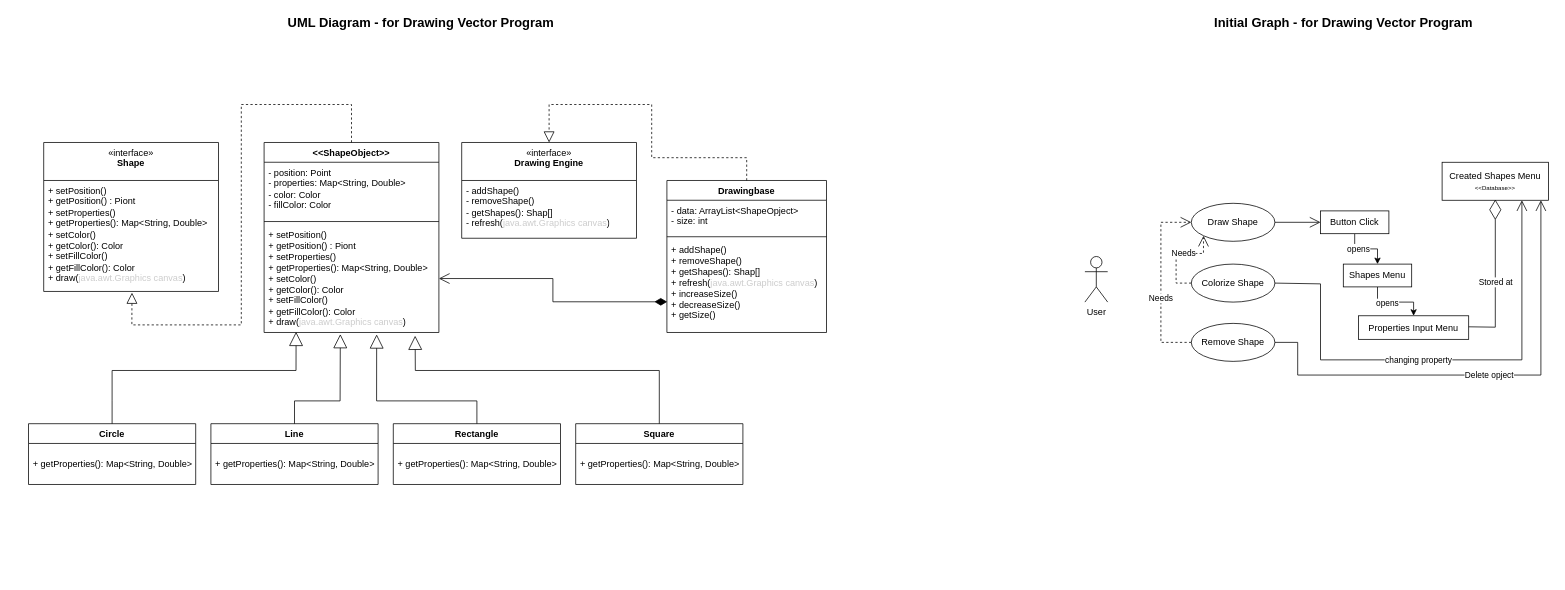
Before: UML and Flow Diagrames/Mini Painter Tool.drawio in 0maroushdy/CCE_T5_Assign_Lab6, a draw.io diagram. Source tidied: cells renumbered, new cells numbered last; positions are measured from the earlier drawing's top-left corner, leaving out a move shared by most shapes. Both pictures are drawn from the tidied source at 76%, with x=0, y=0 at pixel (28, 13).
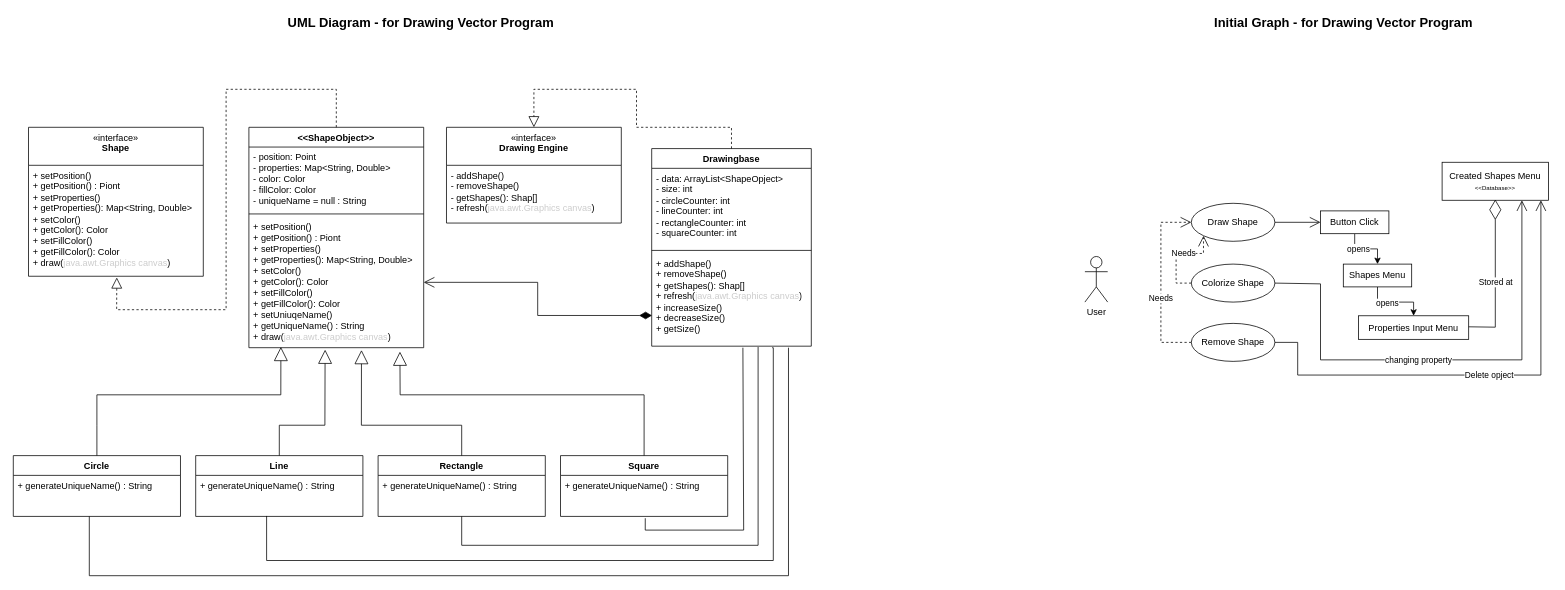
After the change.

The change refers to these unchanged cells:
```xml
<mxCell id="24" value="+ setPosition()&lt;div&gt;+ getPosition() : Piont&lt;/div&gt;&lt;div&gt;+ setProperties()&lt;/div&gt;&lt;div&gt;+ getProperties(): Map&amp;lt;String, Double&amp;gt;&lt;/div&gt;&lt;div&gt;+ setColor()&lt;/div&gt;&lt;div&gt;+ getColor(): Color&lt;/div&gt;&lt;div&gt;+ setFillColor()&lt;/div&gt;&lt;div&gt;+ getFillColor(): Color&lt;br&gt;&lt;/div&gt;&lt;div&gt;+ draw(&lt;font color=&quot;#cccccc&quot;&gt;java.awt.Graphics canvas&lt;/font&gt;)&lt;/div&gt;" style="text;strokeColor=none;fillColor=none;align=left;verticalAlign=top;spacingLeft=4;spacingRight=4;overflow=hidden;points=[[0,0.5],[1,0.5]];portConstraint=eastwest;whiteSpace=wrap;html=1;" parent="23" vertex="1">
  <mxGeometry y="50" width="230" height="146" as="geometry" />
</mxCell>
```

The edit, as a diff of the source:
```diff
@@
     <mxCell id="23" value="&lt;div&gt;&lt;span style=&quot;font-weight: 400;&quot;&gt;«interface»&lt;/span&gt;&lt;/div&gt;&lt;div&gt;Shape&lt;/div&gt;" style="swimlane;fontStyle=1;align=center;verticalAlign=top;horizontal=1;startSize=50;whiteSpace=wrap;html=1;" parent="1" vertex="1">
-      <mxGeometry x="20" y="170" width="230" height="196" as="geometry" />
+      <mxGeometry y="150" width="230" height="196" as="geometry" />
     </mxCell>
@@
     <mxCell id="25" value="&amp;lt;&amp;lt;ShapeObject&amp;gt;&amp;gt;" style="swimlane;fontStyle=1;align=center;verticalAlign=top;horizontal=1;startSize=26;whiteSpace=wrap;html=1;" parent="1" vertex="1">
-      <mxGeometry x="310" y="170" width="230" height="250" as="geometry" />
+      <mxGeometry x="290" y="150" width="230" height="290" as="geometry" />
     </mxCell>
-    <mxCell id="26" value="&lt;div&gt;- position: Point&lt;/div&gt;-&amp;nbsp;properties:&amp;nbsp;Map&amp;lt;String, Double&amp;gt;&lt;div&gt;- color: Color&lt;/div&gt;&lt;div&gt;- fillColor:&amp;nbsp;&lt;span style=&quot;background-color: initial;&quot;&gt;Color&lt;/span&gt;&lt;/div&gt;" style="text;strokeColor=none;fillColor=none;align=left;verticalAlign=top;spacingLeft=4;spacingRight=4;overflow=hidden;whiteSpace=wrap;html=1;" parent="25" vertex="1">
-      <mxGeometry y="26" width="230" height="74" as="geometry" />
+    <mxCell id="26" value="&lt;div&gt;- position: Point&lt;/div&gt;-&amp;nbsp;properties:&amp;nbsp;Map&amp;lt;String, Double&amp;gt;&lt;div&gt;- color: Color&lt;/div&gt;&lt;div&gt;- fillColor:&amp;nbsp;&lt;span style=&quot;background-color: initial;&quot;&gt;Color&lt;/span&gt;&lt;/div&gt;&lt;div&gt;&lt;span style=&quot;background-color: initial;&quot;&gt;- uniqueName = null : String&lt;/span&gt;&lt;/div&gt;" style="text;strokeColor=none;fillColor=none;align=left;verticalAlign=top;spacingLeft=4;spacingRight=4;overflow=hidden;whiteSpace=wrap;html=1;" parent="25" vertex="1">
+      <mxGeometry y="26" width="230" height="84" as="geometry" />
     </mxCell>
     <mxCell id="27" style="line;strokeWidth=1;fillColor=none;align=left;verticalAlign=middle;spacingTop=-1;spacingLeft=3;spacingRight=3;labelPosition=right;strokeColor=inherit;" parent="25" vertex="1">
-      <mxGeometry y="100" width="230" height="8" as="geometry" />
+      <mxGeometry y="110" width="230" height="8" as="geometry" />
     </mxCell>
-    <mxCell id="28" value="+ setPosition()&lt;div&gt;+ getPosition() : Piont&lt;/div&gt;&lt;div&gt;+ setProperties()&lt;/div&gt;&lt;div&gt;+ getProperties(): Map&amp;lt;String, Double&amp;gt;&lt;/div&gt;&lt;div&gt;+ setColor()&lt;/div&gt;&lt;div&gt;+ getColor(): Color&lt;/div&gt;&lt;div&gt;+ setFillColor()&lt;/div&gt;&lt;div&gt;+ getFillColor(): Color&lt;br&gt;&lt;/div&gt;&lt;div&gt;+ draw(&lt;font color=&quot;#cccccc&quot;&gt;java.awt.Graphics canvas&lt;/font&gt;)&lt;/div&gt;" style="text;strokeColor=none;fillColor=none;align=left;verticalAlign=top;spacingLeft=4;spacingRight=4;overflow=hidden;points=[[0,0.5],[1,0.5]];portConstraint=eastwest;whiteSpace=wrap;html=1;" parent="25" vertex="1">
-      <mxGeometry y="108" width="230" height="142" as="geometry" />
+    <mxCell id="28" value="+ setPosition()&lt;div&gt;+ getPosition() : Piont&lt;/div&gt;&lt;div&gt;+ setProperties()&lt;/div&gt;&lt;div&gt;+ getProperties(): Map&amp;lt;String, Double&amp;gt;&lt;/div&gt;&lt;div&gt;+ setColor()&lt;/div&gt;&lt;div&gt;+ getColor(): Color&lt;/div&gt;&lt;div&gt;+ setFillColor()&lt;/div&gt;&lt;div&gt;&lt;span style=&quot;background-color: initial;&quot;&gt;+ getFillColor(): Color&lt;/span&gt;&lt;br&gt;&lt;/div&gt;&lt;div&gt;+ setUniuqeName()&lt;/div&gt;&lt;div&gt;+ getUniqueName() :&amp;nbsp;&lt;span style=&quot;background-color: initial;&quot;&gt;String&lt;/span&gt;&lt;/div&gt;&lt;div&gt;+ draw(&lt;font color=&quot;#cccccc&quot;&gt;java.awt.Graphics canvas&lt;/font&gt;)&lt;/div&gt;" style="text;strokeColor=none;fillColor=none;align=left;verticalAlign=top;spacingLeft=4;spacingRight=4;overflow=hidden;points=[[0,0.5],[1,0.5]];portConstraint=eastwest;whiteSpace=wrap;html=1;" parent="25" vertex="1">
+      <mxGeometry y="118" width="230" height="172" as="geometry" />
     </mxCell>
     <mxCell id="29" style="endArrow=block;dashed=1;endFill=0;endSize=12;html=1;rounded=0;exitX=0.5;exitY=0;exitDx=0;exitDy=0;entryX=0.505;entryY=1.011;entryDx=0;entryDy=0;entryPerimeter=0;" parent="1" edge="1" source="25" target="24">
       <mxGeometry relative="1" as="geometry">
         <Array as="points">
-          <mxPoint x="425" y="120" />
-          <mxPoint x="280" y="120" />
-          <mxPoint x="280" y="410" />
-          <mxPoint x="136" y="410" />
+          <mxPoint x="405" y="100" />
+          <mxPoint x="260" y="100" />
+          <mxPoint x="260" y="390" />
+          <mxPoint x="116" y="390" />
         </Array>
       </mxGeometry>
     </mxCell>
     <mxCell id="30" value="Line" style="swimlane;fontStyle=1;align=center;verticalAlign=top;horizontal=1;startSize=26;whiteSpace=wrap;html=1;" parent="1" vertex="1">
-      <mxGeometry x="240" y="540" width="220" height="80" as="geometry" />
+      <mxGeometry x="220" y="582" width="220" height="80" as="geometry" />
     </mxCell>
-    <mxCell id="31" value="&lt;div&gt;&lt;br&gt;&lt;/div&gt;+ getProperties(): Map&amp;lt;String, Double&amp;gt;" style="text;strokeColor=none;fillColor=none;align=left;verticalAlign=top;spacingLeft=4;spacingRight=4;overflow=hidden;whiteSpace=wrap;html=1;" parent="30" vertex="1">
+    <mxCell id="31" value="+ generateUniqueName() : String" style="text;strokeColor=none;fillColor=none;align=left;verticalAlign=top;spacingLeft=4;spacingRight=4;overflow=hidden;whiteSpace=wrap;html=1;" parent="30" vertex="1">
       <mxGeometry y="26" width="220" height="54" as="geometry" />
     </mxCell>
     <mxCell id="32" value="&lt;span style=&quot;font-weight: 400;&quot;&gt;«interface»&lt;/span&gt;&lt;br style=&quot;font-weight: 400;&quot;&gt;&lt;b&gt;Drawing Engine&lt;/b&gt;" style="swimlane;fontStyle=1;align=center;verticalAlign=top;horizontal=1;startSize=50;whiteSpace=wrap;html=1;" parent="1" vertex="1">
-      <mxGeometry x="570" y="170" width="230" height="126" as="geometry" />
+      <mxGeometry x="550" y="150" width="230" height="126" as="geometry" />
     </mxCell>
@@
     <mxCell id="34" value="Drawingbase" style="swimlane;fontStyle=1;align=center;verticalAlign=top;horizontal=1;startSize=26;whiteSpace=wrap;html=1;" parent="1" vertex="1">
-      <mxGeometry x="840" y="220" width="210" height="200" as="geometry" />
+      <mxGeometry x="820" y="178" width="210" height="260" as="geometry" />
     </mxCell>
-    <mxCell id="35" value="- data: ArrayList&amp;lt;ShapeOpject&amp;gt;&lt;div&gt;- size: int&lt;/div&gt;" style="text;strokeColor=none;fillColor=none;align=left;verticalAlign=top;spacingLeft=4;spacingRight=4;overflow=hidden;whiteSpace=wrap;html=1;" parent="34" vertex="1">
-      <mxGeometry y="26" width="210" height="44" as="geometry" />
+    <mxCell id="35" value="- data: ArrayList&amp;lt;ShapeOpject&amp;gt;&lt;div&gt;- size: int&lt;/div&gt;&lt;div&gt;- circleCounter: int&lt;/div&gt;&lt;div&gt;- lineCounter: int&lt;br&gt;&lt;/div&gt;&lt;div&gt;- rectangleCounter: int&lt;br&gt;&lt;/div&gt;&lt;div&gt;- squareCounter: int&lt;/div&gt;" style="text;strokeColor=none;fillColor=none;align=left;verticalAlign=top;spacingLeft=4;spacingRight=4;overflow=hidden;whiteSpace=wrap;html=1;" parent="34" vertex="1">
+      <mxGeometry y="26" width="210" height="104" as="geometry" />
     </mxCell>
     <mxCell id="36" style="line;strokeWidth=1;fillColor=none;align=left;verticalAlign=middle;spacingTop=-1;spacingLeft=3;spacingRight=3;labelPosition=right;strokeColor=inherit;" parent="34" vertex="1">
-      <mxGeometry y="70" width="210" height="8" as="geometry" />
+      <mxGeometry y="130" width="210" height="8" as="geometry" />
     </mxCell>
     <mxCell id="37" value="+ addShape()&lt;div&gt;&lt;span style=&quot;background-color: initial;&quot;&gt;+ removeShape()&lt;/span&gt;&lt;/div&gt;&lt;div&gt;&lt;span style=&quot;background-color: initial;&quot;&gt;+ getShapes(): Shap[]&lt;/span&gt;&lt;/div&gt;&lt;div&gt;+ refresh(&lt;span style=&quot;background-color: initial;&quot;&gt;&lt;font color=&quot;#cccccc&quot;&gt;java.awt.Graphics canvas&lt;/font&gt;&lt;/span&gt;&lt;span style=&quot;background-color: initial;&quot;&gt;)&lt;/span&gt;&lt;/div&gt;&lt;div&gt;&lt;span style=&quot;background-color: initial;&quot;&gt;+ increaseSize()&lt;/span&gt;&lt;/div&gt;&lt;div&gt;&lt;span style=&quot;background-color: initial;&quot;&gt;+ decreaseSize()&lt;/span&gt;&lt;/div&gt;&lt;div&gt;&lt;span style=&quot;background-color: initial;&quot;&gt;+ getSize()&lt;/span&gt;&lt;/div&gt;" style="text;strokeColor=none;fillColor=none;align=left;verticalAlign=top;spacingLeft=4;spacingRight=4;overflow=hidden;points=[[0,0.5],[1,0.5]];portConstraint=eastwest;whiteSpace=wrap;html=1;" parent="34" vertex="1">
-      <mxGeometry y="78" width="210" height="122" as="geometry" />
+      <mxGeometry y="138" width="210" height="122" as="geometry" />
     </mxCell>
     <mxCell id="38" value="Circle" style="swimlane;fontStyle=1;align=center;verticalAlign=top;horizontal=1;startSize=26;whiteSpace=wrap;html=1;" parent="1" vertex="1">
-      <mxGeometry y="540" width="220" height="80" as="geometry" />
+      <mxGeometry x="-20" y="582" width="220" height="80" as="geometry" />
     </mxCell>
-    <mxCell id="39" value="&lt;div&gt;&lt;br&gt;&lt;/div&gt;+ getProperties(): Map&amp;lt;String, Double&amp;gt;" style="text;strokeColor=none;fillColor=none;align=left;verticalAlign=top;spacingLeft=4;spacingRight=4;overflow=hidden;points=[[0,0.5],[1,0.5]];portConstraint=eastwest;whiteSpace=wrap;html=1;" parent="38" vertex="1">
+    <mxCell id="39" value="&lt;div&gt;&lt;span style=&quot;background-color: initial;&quot;&gt;+ generateUniqueName() : String&lt;/span&gt;&lt;br&gt;&lt;/div&gt;" style="text;strokeColor=none;fillColor=none;align=left;verticalAlign=top;spacingLeft=4;spacingRight=4;overflow=hidden;points=[[0,0.5],[1,0.5]];portConstraint=eastwest;whiteSpace=wrap;html=1;" parent="38" vertex="1">
       <mxGeometry y="26" width="220" height="54" as="geometry" />
     </mxCell>
     <mxCell id="40" value="Rectangle" style="swimlane;fontStyle=1;align=center;verticalAlign=top;horizontal=1;startSize=26;whiteSpace=wrap;html=1;" parent="1" vertex="1">
-      <mxGeometry x="480" y="540" width="220" height="80" as="geometry" />
+      <mxGeometry x="460" y="582" width="220" height="80" as="geometry" />
     </mxCell>
-    <mxCell id="41" value="&lt;div&gt;&lt;br&gt;&lt;/div&gt;+ getProperties(): Map&amp;lt;String, Double&amp;gt;" style="text;strokeColor=none;fillColor=none;align=left;verticalAlign=top;spacingLeft=4;spacingRight=4;overflow=hidden;whiteSpace=wrap;html=1;" parent="40" vertex="1">
+    <mxCell id="41" value="&lt;div&gt;+ generateUniqueName() : String&lt;br&gt;&lt;/div&gt;" style="text;strokeColor=none;fillColor=none;align=left;verticalAlign=top;spacingLeft=4;spacingRight=4;overflow=hidden;whiteSpace=wrap;html=1;" parent="40" vertex="1">
       <mxGeometry y="26" width="220" height="54" as="geometry" />
     </mxCell>
     <mxCell id="42" value="Square" style="swimlane;fontStyle=1;align=center;verticalAlign=top;horizontal=1;startSize=26;whiteSpace=wrap;html=1;" parent="1" vertex="1">
-      <mxGeometry x="720" y="540" width="220" height="80" as="geometry" />
+      <mxGeometry x="700" y="582" width="220" height="80" as="geometry" />
     </mxCell>
-    <mxCell id="43" value="&lt;div&gt;&lt;br&gt;&lt;/div&gt;+ getProperties(): Map&amp;lt;String, Double&amp;gt;" style="text;strokeColor=none;fillColor=none;align=left;verticalAlign=top;spacingLeft=4;spacingRight=4;overflow=hidden;points=[[0,0.5],[1,0.5]];portConstraint=eastwest;whiteSpace=wrap;html=1;" parent="42" vertex="1">
+    <mxCell id="43" value="+ generateUniqueName() : String" style="text;strokeColor=none;fillColor=none;align=left;verticalAlign=top;spacingLeft=4;spacingRight=4;overflow=hidden;points=[[0,0.5],[1,0.5]];portConstraint=eastwest;whiteSpace=wrap;html=1;" parent="42" vertex="1">
       <mxGeometry y="26" width="220" height="54" as="geometry" />
     </mxCell>
     <mxCell id="44" style="endArrow=block;endSize=16;endFill=0;html=1;rounded=0;exitX=0.5;exitY=0;exitDx=0;exitDy=0;entryX=0.183;entryY=0.994;entryDx=0;entryDy=0;entryPerimeter=0;" parent="1" edge="1" source="38" target="28">
       <mxGeometry relative="1" as="geometry">
         <Array as="points">
-          <mxPoint x="110" y="510" />
-          <mxPoint x="110" y="470" />
-          <mxPoint x="352" y="470" />
+          <mxPoint x="90" y="542" />
+          <mxPoint x="90" y="502" />
+          <mxPoint x="332" y="502" />
         </Array>
       </mxGeometry>
     </mxCell>
     <mxCell id="45" style="endArrow=block;endSize=16;endFill=0;html=1;rounded=0;exitX=0.5;exitY=0;exitDx=0;exitDy=0;entryX=0.436;entryY=1.015;entryDx=0;entryDy=0;entryPerimeter=0;" parent="1" edge="1" source="30" target="28">
       <mxGeometry relative="1" as="geometry">
         <Array as="points">
-          <mxPoint x="350" y="510" />
-          <mxPoint x="410" y="510" />
+          <mxPoint x="330" y="542" />
+          <mxPoint x="390" y="542" />
         </Array>
       </mxGeometry>
     </mxCell>
     <mxCell id="46" style="endArrow=block;endSize=16;endFill=0;html=1;rounded=0;exitX=0.5;exitY=0;exitDx=0;exitDy=0;entryX=0.644;entryY=1.018;entryDx=0;entryDy=0;entryPerimeter=0;" parent="1" edge="1" source="40" target="28">
       <mxGeometry relative="1" as="geometry">
         <Array as="points">
-          <mxPoint x="590" y="510" />
-          <mxPoint x="458" y="510" />
+          <mxPoint x="570" y="542" />
+          <mxPoint x="438" y="542" />
         </Array>
       </mxGeometry>
     </mxCell>
     <mxCell id="47" style="endArrow=block;endSize=16;endFill=0;html=1;rounded=0;exitX=0.5;exitY=0;exitDx=0;exitDy=0;entryX=0.864;entryY=1.03;entryDx=0;entryDy=0;entryPerimeter=0;" parent="1" edge="1" source="42" target="28">
       <mxGeometry relative="1" as="geometry">
         <Array as="points">
-          <mxPoint x="830" y="470" />
-          <mxPoint x="509" y="470" />
+          <mxPoint x="810" y="502" />
+          <mxPoint x="489" y="502" />
         </Array>
       </mxGeometry>
     </mxCell>
     <mxCell id="48" style="endArrow=block;dashed=1;endFill=0;endSize=12;html=1;rounded=0;exitX=0.5;exitY=0;exitDx=0;exitDy=0;entryX=0.5;entryY=0;entryDx=0;entryDy=0;" parent="1" edge="1" source="34" target="32">
       <mxGeometry relative="1" as="geometry">
         <Array as="points">
-          <mxPoint x="945" y="190" />
-          <mxPoint x="820" y="190" />
-          <mxPoint x="820" y="120" />
-          <mxPoint x="685" y="120" />
+          <mxPoint x="925" y="150" />
+          <mxPoint x="800" y="150" />
+          <mxPoint x="800" y="100" />
+          <mxPoint x="665" y="100" />
         </Array>
       </mxGeometry>
     </mxCell>
@@
+    <mxCell id="52" style="endArrow=none;html=1;edgeStyle=orthogonalEdgeStyle;rounded=0;exitX=0.5;exitY=1;exitDx=0;exitDy=0;" parent="1" edge="1" source="40">
+      <mxGeometry relative="1" as="geometry">
+        <mxPoint x="960" y="439" as="targetPoint" />
+        <Array as="points">
+          <mxPoint x="570" y="700" />
+          <mxPoint x="960" y="700" />
+          <mxPoint x="960" y="439" />
+        </Array>
+      </mxGeometry>
+    </mxCell>
+    <mxCell id="53" style="endArrow=none;html=1;edgeStyle=orthogonalEdgeStyle;rounded=0;exitX=0.424;exitY=0.982;exitDx=0;exitDy=0;exitPerimeter=0;entryX=0.755;entryY=1.013;entryDx=0;entryDy=0;entryPerimeter=0;" parent="1" edge="1">
+      <mxGeometry relative="1" as="geometry">
+        <mxPoint x="313.3" y="661.4" as="sourcePoint" />
+        <mxPoint x="978.5" y="440" as="targetPoint" />
+        <Array as="points">
+          <mxPoint x="313" y="720" />
+          <mxPoint x="980" y="720" />
+          <mxPoint x="980" y="440" />
+        </Array>
+      </mxGeometry>
+    </mxCell>
+    <mxCell id="54" style="endArrow=none;html=1;edgeStyle=orthogonalEdgeStyle;rounded=0;" parent="1" edge="1" source="39">
+      <mxGeometry relative="1" as="geometry">
+        <mxPoint x="1000" y="440" as="targetPoint" />
+        <Array as="points">
+          <mxPoint x="80" y="740" />
+          <mxPoint x="1000" y="740" />
+        </Array>
+      </mxGeometry>
+    </mxCell>
+    <mxCell id="55" style="endArrow=none;html=1;edgeStyle=orthogonalEdgeStyle;rounded=0;exitX=0.507;exitY=1.044;exitDx=0;exitDy=0;exitPerimeter=0;" parent="1" edge="1" source="43">
+      <mxGeometry relative="1" as="geometry">
+        <mxPoint x="940" y="440" as="targetPoint" />
+        <Array as="points">
+          <mxPoint x="811" y="680" />
+          <mxPoint x="941" y="680" />
+          <mxPoint x="941" y="440" />
+        </Array>
+      </mxGeometry>
+    </mxCell>
```
